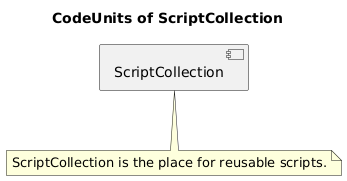
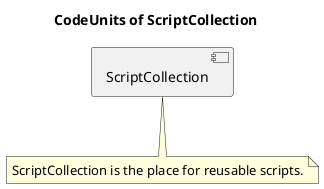
@startuml CodeUnits-Overview
- skinparam defaultFontName "DejaVu Sans"
title CodeUnits of ScriptCollection

[ScriptCollection]
note as ScriptCollectionNote
  ScriptCollection is the place for reusable scripts.
end note
ScriptCollection .. ScriptCollectionNote


@enduml